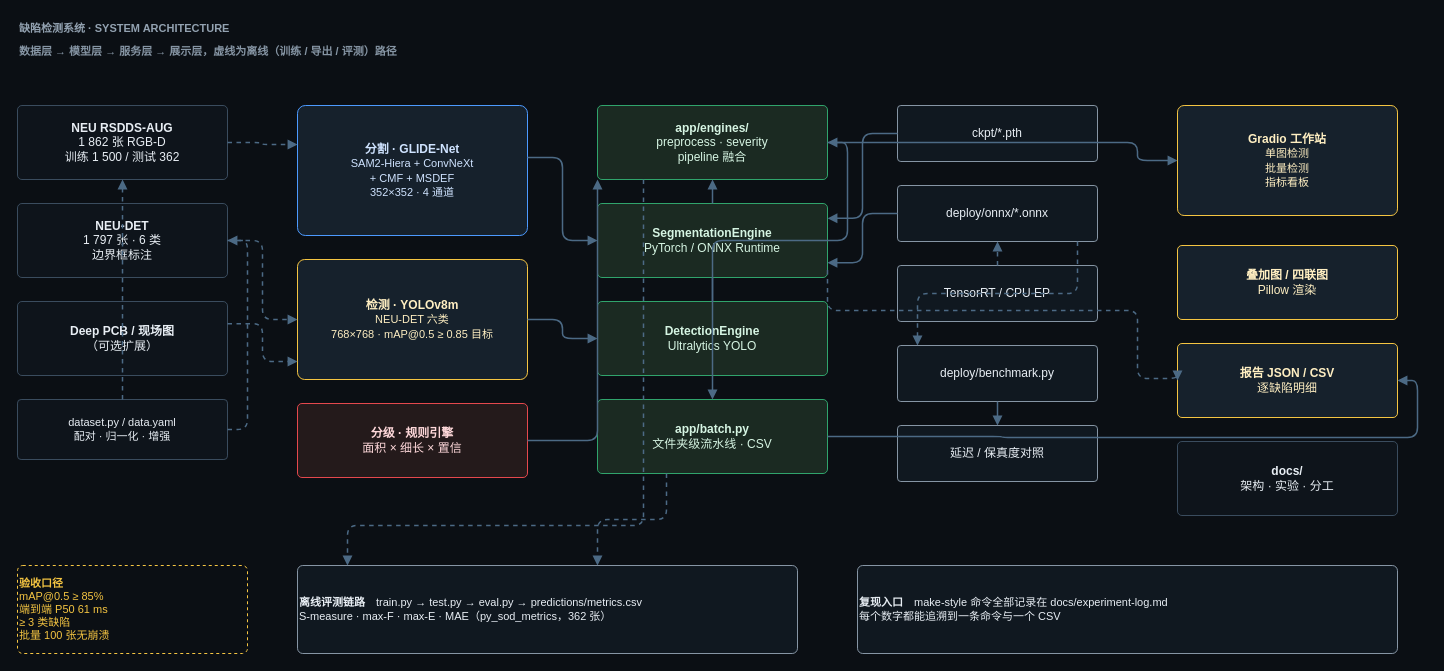
The draw.io diagram docs/assets/system-architecture.drawio in relight-developer/GLIDE-Net, before the edit. Source tidied: cells renumbered, new cells numbered last; positions are measured from the earlier drawing's top-left corner, leaving out a move shared by most shapes. Both pictures are drawn from the tidied source at 100%, with x=0, y=0 at pixel (17, 17).
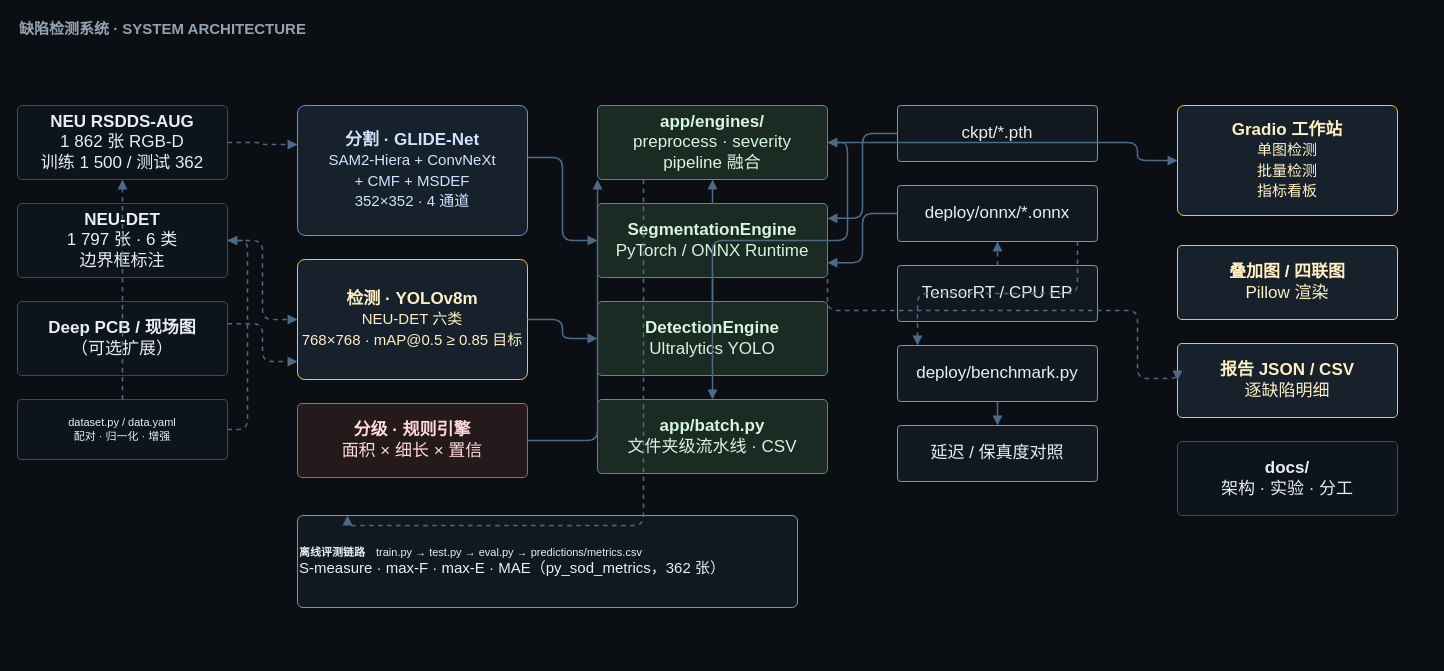
Above is the later version.

The edit, as a diff of the source:
```diff
@@
-    <mxCell id="2" value="缺陷检测系统 · SYSTEM ARCHITECTURE" style="text;html=1;align=left;verticalAlign=middle;fontColor=#93A2B1;fontSize=11;fontFamily=Helvetica;fontStyle=1;letterSpacing=1;" parent="1" vertex="1">
+    <mxCell id="2" value="缺陷检测系统 · SYSTEM ARCHITECTURE" style="text;html=1;align=left;verticalAlign=middle;fontColor=#93A2B1;fontSize=15;fontFamily=Helvetica;fontStyle=1;letterSpacing=1;" parent="1" vertex="1">
       <mxGeometry width="900" height="22" as="geometry" />
     </mxCell>
-    <mxCell id="3" value="数据层 → 模型层 → 服务层 → 展示层，虚线为离线（训练 / 导出 / 评测）路径" style="text;html=1;align=left;verticalAlign=middle;fontColor=#8695A4;fontSize=11;fontFamily=Helvetica;fontStyle=1;letterSpacing=1;" parent="1" vertex="1">
-      <mxGeometry y="24" width="1000" height="20" as="geometry" />
-    </mxCell>
-    <mxCell id="4" value="&lt;b&gt;NEU RSDDS-AUG&lt;/b&gt;&lt;br/&gt;1 862 张 RGB-D&lt;br/&gt;训练 1 500 / 测试 362" style="rounded=1;whiteSpace=wrap;html=1;fillColor=#0E141B;strokeColor=#3A4C5E;fontColor=#E8EEF4;fontFamily=Helvetica;fontSize=12;verticalAlign=middle;arcSize=6;" parent="1" vertex="1">
+    <mxCell id="4" value="&lt;b&gt;NEU RSDDS-AUG&lt;/b&gt;&lt;br/&gt;1 862 张 RGB-D&lt;br/&gt;训练 1 500 / 测试 362" style="rounded=1;whiteSpace=wrap;html=1;fillColor=#0E141B;strokeColor=#3A4C5E;fontColor=#E8EEF4;fontFamily=Helvetica;fontSize=17;verticalAlign=middle;arcSize=6;" parent="1" vertex="1">
       <mxGeometry y="88" width="210" height="74" as="geometry" />
     </mxCell>
-    <mxCell id="5" value="&lt;b&gt;NEU-DET&lt;/b&gt;&lt;br/&gt;1 797 张 · 6 类&lt;br/&gt;边界框标注" style="rounded=1;whiteSpace=wrap;html=1;fillColor=#0E141B;strokeColor=#3A4C5E;fontColor=#E8EEF4;fontFamily=Helvetica;fontSize=12;verticalAlign=middle;arcSize=6;" parent="1" vertex="1">
+    <mxCell id="5" value="&lt;b&gt;NEU-DET&lt;/b&gt;&lt;br/&gt;1 797 张 · 6 类&lt;br/&gt;边界框标注" style="rounded=1;whiteSpace=wrap;html=1;fillColor=#0E141B;strokeColor=#3A4C5E;fontColor=#E8EEF4;fontFamily=Helvetica;fontSize=17;verticalAlign=middle;arcSize=6;" parent="1" vertex="1">
       <mxGeometry y="186" width="210" height="74" as="geometry" />
     </mxCell>
-    <mxCell id="6" value="&lt;b&gt;Deep PCB / 现场图&lt;/b&gt;&lt;br/&gt;（可选扩展）" style="rounded=1;whiteSpace=wrap;html=1;fillColor=#0E141B;strokeColor=#3A4C5E;fontColor=#E8EEF4;fontFamily=Helvetica;fontSize=12;verticalAlign=middle;arcSize=6;" parent="1" vertex="1">
+    <mxCell id="6" value="&lt;b&gt;Deep PCB / 现场图&lt;/b&gt;&lt;br/&gt;（可选扩展）" style="rounded=1;whiteSpace=wrap;html=1;fillColor=#0E141B;strokeColor=#3A4C5E;fontColor=#E8EEF4;fontFamily=Helvetica;fontSize=17;verticalAlign=middle;arcSize=6;" parent="1" vertex="1">
       <mxGeometry y="284" width="210" height="74" as="geometry" />
     </mxCell>
-    <mxCell id="7" value="dataset.py / data.yaml&lt;br/&gt;配对 · 归一化 · 增强" style="rounded=1;whiteSpace=wrap;html=1;fillColor=#0E141B;strokeColor=#3A4C5E;fontColor=#E8EEF4;fontFamily=Helvetica;fontSize=12;verticalAlign=middle;arcSize=6;fontSize=11;" parent="1" vertex="1">
+    <mxCell id="7" value="dataset.py / data.yaml&lt;br/&gt;配对 · 归一化 · 增强" style="rounded=1;whiteSpace=wrap;html=1;fillColor=#0E141B;strokeColor=#3A4C5E;fontColor=#E8EEF4;fontFamily=Helvetica;fontSize=17;verticalAlign=middle;arcSize=6;fontSize=11;" parent="1" vertex="1">
       <mxGeometry y="382" width="210" height="60" as="geometry" />
     </mxCell>
-    <mxCell id="8" value="&lt;b&gt;分割 · GLIDE-Net&lt;/b&gt;&lt;br/&gt;&lt;span style='font-size:11px'&gt;SAM2-Hiera + ConvNeXt&lt;br/&gt;+ CMF + MSDEF&lt;br/&gt;352×352 · 4 通道&lt;/span&gt;" style="rounded=1;whiteSpace=wrap;html=1;fillColor=#16212C;strokeColor=#4C9AFF;fontColor=#CFE3FF;fontFamily=Helvetica;fontSize=12;verticalAlign=middle;arcSize=6;" parent="1" vertex="1">
+    <mxCell id="8" value="&lt;b&gt;分割 · GLIDE-Net&lt;/b&gt;&lt;br/&gt;&lt;span style='font-size:15px'&gt;SAM2-Hiera + ConvNeXt&lt;br/&gt;+ CMF + MSDEF&lt;br/&gt;352×352 · 4 通道&lt;/span&gt;" style="rounded=1;whiteSpace=wrap;html=1;fillColor=#16212C;strokeColor=#4C9AFF;fontColor=#CFE3FF;fontFamily=Helvetica;fontSize=17;verticalAlign=middle;arcSize=6;" parent="1" vertex="1">
       <mxGeometry x="280" y="88" width="230" height="130" as="geometry" />
     </mxCell>
-    <mxCell id="9" value="&lt;b&gt;检测 · YOLOv8m&lt;/b&gt;&lt;br/&gt;&lt;span style='font-size:11px'&gt;NEU-DET 六类&lt;br/&gt;768×768 · mAP@0.5 ≥ 0.85 目标&lt;/span&gt;" style="rounded=1;whiteSpace=wrap;html=1;fillColor=#16212C;strokeColor=#F5C542;fontColor=#FFEFC2;fontFamily=Helvetica;fontSize=12;verticalAlign=middle;arcSize=6;" parent="1" vertex="1">
+    <mxCell id="9" value="&lt;b&gt;检测 · YOLOv8m&lt;/b&gt;&lt;br/&gt;&lt;span style='font-size:15px'&gt;NEU-DET 六类&lt;br/&gt;768×768 · mAP@0.5 ≥ 0.85 目标&lt;/span&gt;" style="rounded=1;whiteSpace=wrap;html=1;fillColor=#16212C;strokeColor=#F5C542;fontColor=#FFEFC2;fontFamily=Helvetica;fontSize=17;verticalAlign=middle;arcSize=6;" parent="1" vertex="1">
       <mxGeometry x="280" y="242" width="230" height="120" as="geometry" />
     </mxCell>
-    <mxCell id="10" value="&lt;b&gt;分级 · 规则引擎&lt;/b&gt;&lt;br/&gt;面积 × 细长 × 置信" style="rounded=1;whiteSpace=wrap;html=1;fillColor=#241A1B;strokeColor=#E5484D;fontColor=#FFD9DB;fontFamily=Helvetica;fontSize=12;verticalAlign=middle;arcSize=6;" parent="1" vertex="1">
+    <mxCell id="10" value="&lt;b&gt;分级 · 规则引擎&lt;/b&gt;&lt;br/&gt;面积 × 细长 × 置信" style="rounded=1;whiteSpace=wrap;html=1;fillColor=#241A1B;strokeColor=#E5484D;fontColor=#FFD9DB;fontFamily=Helvetica;fontSize=17;verticalAlign=middle;arcSize=6;" parent="1" vertex="1">
       <mxGeometry x="280" y="386" width="230" height="74" as="geometry" />
     </mxCell>
-    <mxCell id="11" value="&lt;b&gt;app/engines/&lt;/b&gt;&lt;br/&gt;preprocess · severity&lt;br/&gt;pipeline 融合" style="rounded=1;whiteSpace=wrap;html=1;fillColor=#1B2A22;strokeColor=#30A46C;fontColor=#D6F5E3;fontFamily=Helvetica;fontSize=12;verticalAlign=middle;arcSize=6;" parent="1" vertex="1">
+    <mxCell id="11" value="&lt;b&gt;app/engines/&lt;/b&gt;&lt;br/&gt;preprocess · severity&lt;br/&gt;pipeline 融合" style="rounded=1;whiteSpace=wrap;html=1;fillColor=#1B2A22;strokeColor=#30A46C;fontColor=#D6F5E3;fontFamily=Helvetica;fontSize=17;verticalAlign=middle;arcSize=6;" parent="1" vertex="1">
       <mxGeometry x="580" y="88" width="230" height="74" as="geometry" />
     </mxCell>
-    <mxCell id="12" value="&lt;b&gt;SegmentationEngine&lt;/b&gt;&lt;br/&gt;PyTorch / ONNX Runtime" style="rounded=1;whiteSpace=wrap;html=1;fillColor=#1B2A22;strokeColor=#30A46C;fontColor=#D6F5E3;fontFamily=Helvetica;fontSize=12;verticalAlign=middle;arcSize=6;" parent="1" vertex="1">
+    <mxCell id="12" value="&lt;b&gt;SegmentationEngine&lt;/b&gt;&lt;br/&gt;PyTorch / ONNX Runtime" style="rounded=1;whiteSpace=wrap;html=1;fillColor=#1B2A22;strokeColor=#30A46C;fontColor=#D6F5E3;fontFamily=Helvetica;fontSize=17;verticalAlign=middle;arcSize=6;" parent="1" vertex="1">
       <mxGeometry x="580" y="186" width="230" height="74" as="geometry" />
     </mxCell>
-    <mxCell id="13" value="&lt;b&gt;DetectionEngine&lt;/b&gt;&lt;br/&gt;Ultralytics YOLO" style="rounded=1;whiteSpace=wrap;html=1;fillColor=#1B2A22;strokeColor=#30A46C;fontColor=#D6F5E3;fontFamily=Helvetica;fontSize=12;verticalAlign=middle;arcSize=6;" parent="1" vertex="1">
+    <mxCell id="13" value="&lt;b&gt;DetectionEngine&lt;/b&gt;&lt;br/&gt;Ultralytics YOLO" style="rounded=1;whiteSpace=wrap;html=1;fillColor=#1B2A22;strokeColor=#30A46C;fontColor=#D6F5E3;fontFamily=Helvetica;fontSize=17;verticalAlign=middle;arcSize=6;" parent="1" vertex="1">
       <mxGeometry x="580" y="284" width="230" height="74" as="geometry" />
     </mxCell>
-    <mxCell id="14" value="&lt;b&gt;app/batch.py&lt;/b&gt;&lt;br/&gt;文件夹级流水线 · CSV" style="rounded=1;whiteSpace=wrap;html=1;fillColor=#1B2A22;strokeColor=#30A46C;fontColor=#D6F5E3;fontFamily=Helvetica;fontSize=12;verticalAlign=middle;arcSize=6;" parent="1" vertex="1">
+    <mxCell id="14" value="&lt;b&gt;app/batch.py&lt;/b&gt;&lt;br/&gt;文件夹级流水线 · CSV" style="rounded=1;whiteSpace=wrap;html=1;fillColor=#1B2A22;strokeColor=#30A46C;fontColor=#D6F5E3;fontFamily=Helvetica;fontSize=17;verticalAlign=middle;arcSize=6;" parent="1" vertex="1">
       <mxGeometry x="580" y="382" width="230" height="74" as="geometry" />
     </mxCell>
-    <mxCell id="15" value="ckpt/*.pth" style="rounded=1;whiteSpace=wrap;html=1;fillColor=#101820;strokeColor=#8695A4;fontColor=#E8EEF4;fontFamily=Helvetica;fontSize=12;verticalAlign=middle;arcSize=6;" parent="1" vertex="1">
+    <mxCell id="15" value="ckpt/*.pth" style="rounded=1;whiteSpace=wrap;html=1;fillColor=#101820;strokeColor=#8695A4;fontColor=#E8EEF4;fontFamily=Helvetica;fontSize=17;verticalAlign=middle;arcSize=6;" parent="1" vertex="1">
       <mxGeometry x="880" y="88" width="200" height="56" as="geometry" />
     </mxCell>
-    <mxCell id="16" value="deploy/onnx/*.onnx" style="rounded=1;whiteSpace=wrap;html=1;fillColor=#101820;strokeColor=#8695A4;fontColor=#E8EEF4;fontFamily=Helvetica;fontSize=12;verticalAlign=middle;arcSize=6;" parent="1" vertex="1">
+    <mxCell id="16" value="deploy/onnx/*.onnx" style="rounded=1;whiteSpace=wrap;html=1;fillColor=#101820;strokeColor=#8695A4;fontColor=#E8EEF4;fontFamily=Helvetica;fontSize=17;verticalAlign=middle;arcSize=6;" parent="1" vertex="1">
       <mxGeometry x="880" y="168" width="200" height="56" as="geometry" />
     </mxCell>
-    <mxCell id="17" value="TensorRT / CPU EP" style="rounded=1;whiteSpace=wrap;html=1;fillColor=#101820;strokeColor=#8695A4;fontColor=#E8EEF4;fontFamily=Helvetica;fontSize=12;verticalAlign=middle;arcSize=6;" parent="1" vertex="1">
+    <mxCell id="17" value="TensorRT / CPU EP" style="rounded=1;whiteSpace=wrap;html=1;fillColor=#101820;strokeColor=#8695A4;fontColor=#E8EEF4;fontFamily=Helvetica;fontSize=17;verticalAlign=middle;arcSize=6;" parent="1" vertex="1">
       <mxGeometry x="880" y="248" width="200" height="56" as="geometry" />
     </mxCell>
-    <mxCell id="18" value="deploy/benchmark.py" style="rounded=1;whiteSpace=wrap;html=1;fillColor=#101820;strokeColor=#8695A4;fontColor=#E8EEF4;fontFamily=Helvetica;fontSize=12;verticalAlign=middle;arcSize=6;" parent="1" vertex="1">
+    <mxCell id="18" value="deploy/benchmark.py" style="rounded=1;whiteSpace=wrap;html=1;fillColor=#101820;strokeColor=#8695A4;fontColor=#E8EEF4;fontFamily=Helvetica;fontSize=17;verticalAlign=middle;arcSize=6;" parent="1" vertex="1">
       <mxGeometry x="880" y="328" width="200" height="56" as="geometry" />
     </mxCell>
-    <mxCell id="19" value="延迟 / 保真度对照" style="rounded=1;whiteSpace=wrap;html=1;fillColor=#101820;strokeColor=#8695A4;fontColor=#E8EEF4;fontFamily=Helvetica;fontSize=12;verticalAlign=middle;arcSize=6;" parent="1" vertex="1">
+    <mxCell id="19" value="延迟 / 保真度对照" style="rounded=1;whiteSpace=wrap;html=1;fillColor=#101820;strokeColor=#8695A4;fontColor=#E8EEF4;fontFamily=Helvetica;fontSize=17;verticalAlign=middle;arcSize=6;" parent="1" vertex="1">
       <mxGeometry x="880" y="408" width="200" height="56" as="geometry" />
     </mxCell>
-    <mxCell id="20" value="&lt;b&gt;Gradio 工作站&lt;/b&gt;&lt;br/&gt;&lt;span style='font-size:11px'&gt;单图检测&lt;br/&gt;批量检测&lt;br/&gt;指标看板&lt;/span&gt;" style="rounded=1;whiteSpace=wrap;html=1;fillColor=#16212C;strokeColor=#F5C542;fontColor=#FFEFC2;fontFamily=Helvetica;fontSize=12;verticalAlign=middle;arcSize=6;" parent="1" vertex="1">
+    <mxCell id="20" value="&lt;b&gt;Gradio 工作站&lt;/b&gt;&lt;br/&gt;&lt;span style='font-size:15px'&gt;单图检测&lt;br/&gt;批量检测&lt;br/&gt;指标看板&lt;/span&gt;" style="rounded=1;whiteSpace=wrap;html=1;fillColor=#16212C;strokeColor=#F5C542;fontColor=#FFEFC2;fontFamily=Helvetica;fontSize=17;verticalAlign=middle;arcSize=6;" parent="1" vertex="1">
       <mxGeometry x="1160" y="88" width="220" height="110" as="geometry" />
     </mxCell>
-    <mxCell id="21" value="&lt;b&gt;叠加图 / 四联图&lt;/b&gt;&lt;br/&gt;Pillow 渲染" style="rounded=1;whiteSpace=wrap;html=1;fillColor=#16212C;strokeColor=#F5C542;fontColor=#FFEFC2;fontFamily=Helvetica;fontSize=12;verticalAlign=middle;arcSize=6;" parent="1" vertex="1">
+    <mxCell id="21" value="&lt;b&gt;叠加图 / 四联图&lt;/b&gt;&lt;br/&gt;Pillow 渲染" style="rounded=1;whiteSpace=wrap;html=1;fillColor=#16212C;strokeColor=#F5C542;fontColor=#FFEFC2;fontFamily=Helvetica;fontSize=17;verticalAlign=middle;arcSize=6;" parent="1" vertex="1">
       <mxGeometry x="1160" y="228" width="220" height="74" as="geometry" />
     </mxCell>
-    <mxCell id="22" value="&lt;b&gt;报告 JSON / CSV&lt;/b&gt;&lt;br/&gt;逐缺陷明细" style="rounded=1;whiteSpace=wrap;html=1;fillColor=#16212C;strokeColor=#F5C542;fontColor=#FFEFC2;fontFamily=Helvetica;fontSize=12;verticalAlign=middle;arcSize=6;" parent="1" vertex="1">
+    <mxCell id="22" value="&lt;b&gt;报告 JSON / CSV&lt;/b&gt;&lt;br/&gt;逐缺陷明细" style="rounded=1;whiteSpace=wrap;html=1;fillColor=#16212C;strokeColor=#F5C542;fontColor=#FFEFC2;fontFamily=Helvetica;fontSize=17;verticalAlign=middle;arcSize=6;" parent="1" vertex="1">
       <mxGeometry x="1160" y="326" width="220" height="74" as="geometry" />
     </mxCell>
-    <mxCell id="23" value="&lt;b&gt;docs/&lt;/b&gt;&lt;br/&gt;架构 · 实验 · 分工" style="rounded=1;whiteSpace=wrap;html=1;fillColor=#0E141B;strokeColor=#3A4C5E;fontColor=#E8EEF4;fontFamily=Helvetica;fontSize=12;verticalAlign=middle;arcSize=6;" parent="1" vertex="1">
+    <mxCell id="23" value="&lt;b&gt;docs/&lt;/b&gt;&lt;br/&gt;架构 · 实验 · 分工" style="rounded=1;whiteSpace=wrap;html=1;fillColor=#0E141B;strokeColor=#3A4C5E;fontColor=#E8EEF4;fontFamily=Helvetica;fontSize=17;verticalAlign=middle;arcSize=6;" parent="1" vertex="1">
       <mxGeometry x="1160" y="424" width="220" height="74" as="geometry" />
     </mxCell>
-    <mxCell id="24" value="&lt;b&gt;离线评测链路&lt;/b&gt;　train.py → test.py → eval.py → predictions/metrics.csv&lt;br/&gt;&lt;span style='font-size:11px'&gt;S-measure · max-F · max-E · MAE（py_sod_metrics，362 张）&lt;/span&gt;" style="rounded=1;whiteSpace=wrap;html=1;fillColor=#101820;strokeColor=#8695A4;fontColor=#E8EEF4;fontFamily=Helvetica;fontSize=12;verticalAlign=middle;arcSize=6;fontSize=11;align=left;" parent="1" vertex="1">
-      <mxGeometry x="280" y="548" width="500" height="88" as="geometry" />
+    <mxCell id="24" value="&lt;b&gt;离线评测链路&lt;/b&gt;　train.py → test.py → eval.py → predictions/metrics.csv&lt;br/&gt;&lt;span style='font-size:15px'&gt;S-measure · max-F · max-E · MAE（py_sod_metrics，362 张）&lt;/span&gt;" style="rounded=1;whiteSpace=wrap;html=1;fillColor=#101820;strokeColor=#8695A4;fontColor=#E8EEF4;fontFamily=Helvetica;fontSize=17;verticalAlign=middle;arcSize=6;fontSize=11;align=left;" parent="1" vertex="1">
+      <mxGeometry x="280" y="498" width="500" height="92" as="geometry" />
     </mxCell>
-    <mxCell id="25" value="&lt;b&gt;复现入口&lt;/b&gt;　make-style 命令全部记录在 docs/experiment-log.md&lt;br/&gt;&lt;span style='font-size:11px'&gt;每个数字都能追溯到一条命令与一个 CSV&lt;/span&gt;" style="rounded=1;whiteSpace=wrap;html=1;fillColor=#101820;strokeColor=#8695A4;fontColor=#E8EEF4;fontFamily=Helvetica;fontSize=12;verticalAlign=middle;arcSize=6;fontSize=11;align=left;" parent="1" vertex="1">
-      <mxGeometry x="840" y="548" width="540" height="88" as="geometry" />
-    </mxCell>
-    <mxCell id="26" value="&lt;b&gt;验收口径&lt;/b&gt;&lt;br/&gt;&lt;span style='font-size:11px'&gt;mAP@0.5 ≥ 85%&lt;br/&gt;端到端 P50 61 ms&lt;br/&gt;≥ 3 类缺陷&lt;br/&gt;批量 100 张无崩溃&lt;/span&gt;" style="rounded=1;whiteSpace=wrap;html=1;fillColor=#0B0F14;strokeColor=#F5C542;fontColor=#F5C542;dashed=1;fontFamily=Helvetica;fontSize=12;verticalAlign=middle;arcSize=6;fontSize=11;align=left;" parent="1" vertex="1">
-      <mxGeometry y="548" width="230" height="88" as="geometry" />
-    </mxCell>
@@
-    <mxCell id="45" style="edgeStyle=orthogonalEdgeStyle;rounded=1;jettySize=auto;html=1;strokeColor=#4C6A85;strokeWidth=1.5;endArrow=block;endFill=1;fontColor=#93A2B1;fontSize=10;labelBackgroundColor=none;exitX=1;exitY=0.5;exitDx=0;exitDy=0;entryX=1;entryY=0.5;entryDx=0;entryDy=0;" parent="1" edge="1" source="14" target="22">
-      <mxGeometry relative="1" as="geometry" />
-    </mxCell>
-    <mxCell id="46" style="edgeStyle=orthogonalEdgeStyle;rounded=1;jettySize=auto;html=1;strokeColor=#4C6A85;strokeWidth=1.5;endArrow=block;endFill=1;fontColor=#93A2B1;fontSize=10;labelBackgroundColor=none;dashed=1;exitX=0.3;exitY=1;exitDx=0;exitDy=0;entryX=0.6;entryY=0;entryDx=0;entryDy=0;" parent="1" edge="1" source="14" target="24">
-      <mxGeometry relative="1" as="geometry" />
-    </mxCell>
```
